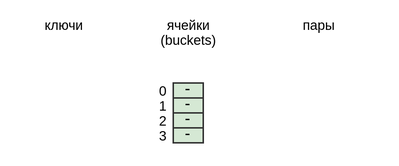
The draw.io diagram 2021-ru-es6-collection-internals/slides/images/hash-table-1.png in puzpuzpuz/talks, before a commit. Source tidied: cells renumbered, new cells last; positions are measured from the earlier drawing's top-left corner, leaving out a move shared by most shapes. The source it was exported from:
```xml
<mxGraphModel>
  <root>
    <mxCell id="0" />
    <mxCell id="1" parent="0" />
    <mxCell id="2" value="-" style="rounded=0;whiteSpace=wrap;html=1;fillColor=#d5e8d4;strokeColor=#333333;fontSize=11;spacingBottom=4;spacingTop=1;" parent="1" vertex="1">
      <mxGeometry x="110" y="50" width="20" height="10" as="geometry" />
    </mxCell>
    <mxCell id="3" value="0" style="text;html=1;strokeColor=none;fillColor=none;align=right;verticalAlign=middle;whiteSpace=wrap;rounded=0;opacity=0;fontSize=9;spacingRight=2;" parent="1" vertex="1">
      <mxGeometry x="90" y="50" width="20" height="10" as="geometry" />
    </mxCell>
    <mxCell id="4" value="-" style="rounded=0;whiteSpace=wrap;html=1;fillColor=#d5e8d4;strokeColor=#333333;fontSize=11;spacingBottom=4;spacingTop=1;" parent="1" vertex="1">
      <mxGeometry x="110" y="60" width="20" height="10" as="geometry" />
    </mxCell>
    <mxCell id="5" value="1" style="text;html=1;strokeColor=none;fillColor=none;align=right;verticalAlign=middle;whiteSpace=wrap;rounded=0;opacity=0;fontSize=9;spacingRight=2;" parent="1" vertex="1">
      <mxGeometry x="90" y="60" width="20" height="10" as="geometry" />
    </mxCell>
    <mxCell id="6" value="-" style="rounded=0;whiteSpace=wrap;html=1;fillColor=#d5e8d4;strokeColor=#333333;fontSize=11;spacingBottom=4;spacingTop=1;" parent="1" vertex="1">
      <mxGeometry x="110" y="70" width="20" height="10" as="geometry" />
    </mxCell>
    <mxCell id="7" value="2" style="text;html=1;strokeColor=none;fillColor=none;align=right;verticalAlign=middle;whiteSpace=wrap;rounded=0;opacity=0;fontSize=9;spacingRight=2;" parent="1" vertex="1">
      <mxGeometry x="90" y="70" width="20" height="10" as="geometry" />
    </mxCell>
    <mxCell id="8" value="-" style="rounded=0;whiteSpace=wrap;html=1;fillColor=#d5e8d4;strokeColor=#333333;fontSize=11;spacingBottom=4;spacingTop=1;" parent="1" vertex="1">
      <mxGeometry x="110" y="80" width="20" height="10" as="geometry" />
    </mxCell>
    <mxCell id="9" value="3&lt;br&gt;" style="text;html=1;strokeColor=none;fillColor=none;align=right;verticalAlign=middle;whiteSpace=wrap;rounded=0;opacity=0;fontSize=9;spacingRight=2;" parent="1" vertex="1">
      <mxGeometry x="90" y="80" width="20" height="10" as="geometry" />
    </mxCell>
    <mxCell id="10" value="ячейки&lt;br&gt;(buckets)" style="text;html=1;strokeColor=none;fillColor=none;align=center;verticalAlign=top;whiteSpace=wrap;rounded=0;fontSize=9;" parent="1" vertex="1">
      <mxGeometry x="82.5" width="75" height="30" as="geometry" />
    </mxCell>
    <mxCell id="11" value="пары" style="text;html=1;strokeColor=none;fillColor=none;align=center;verticalAlign=top;whiteSpace=wrap;rounded=0;fontSize=9;" parent="1" vertex="1">
      <mxGeometry x="170" width="75" height="30" as="geometry" />
    </mxCell>
    <mxCell id="12" value="ключи" style="text;html=1;strokeColor=none;fillColor=none;align=center;verticalAlign=top;whiteSpace=wrap;rounded=0;fontSize=9;" parent="1" vertex="1">
      <mxGeometry width="75" height="30" as="geometry" />
    </mxCell>
  </root>
</mxGraphModel>
```
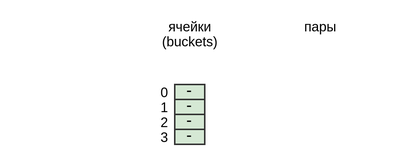
After the commit.

Diff of the diagram source:
```diff
@@ -32,7 +32,7 @@
     <mxCell id="11" value="пары" style="text;html=1;strokeColor=none;fillColor=none;align=center;verticalAlign=top;whiteSpace=wrap;rounded=0;fontSize=9;" parent="1" vertex="1">
       <mxGeometry x="170" width="75" height="30" as="geometry" />
     </mxCell>
-    <mxCell id="12" value="ключи" style="text;html=1;strokeColor=none;fillColor=none;align=center;verticalAlign=top;whiteSpace=wrap;rounded=0;fontSize=9;" parent="1" vertex="1">
+    <mxCell id="12" value="вход" style="text;html=1;strokeColor=none;fillColor=none;align=center;verticalAlign=top;whiteSpace=wrap;rounded=0;fontSize=9;textOpacity=0;" parent="1" vertex="1">
       <mxGeometry width="75" height="30" as="geometry" />
     </mxCell>
   </root>
```
